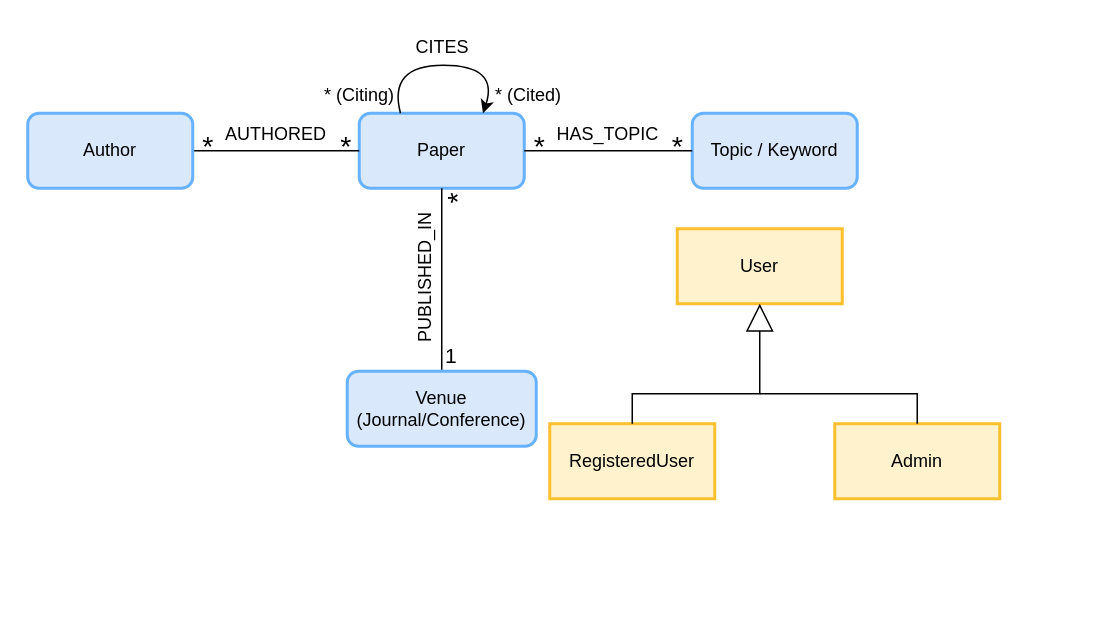
The draw.io diagram Preliminary_UML.drawio in AndreaCovelli/NexusScholar, before the edit. Source tidied: cells renumbered, new cells numbered last; positions are measured from the earlier drawing's top-left corner, leaving out a move shared by most shapes. Both pictures are drawn from the tidied source at 150%, with x=0, y=0 at pixel (27, 26).
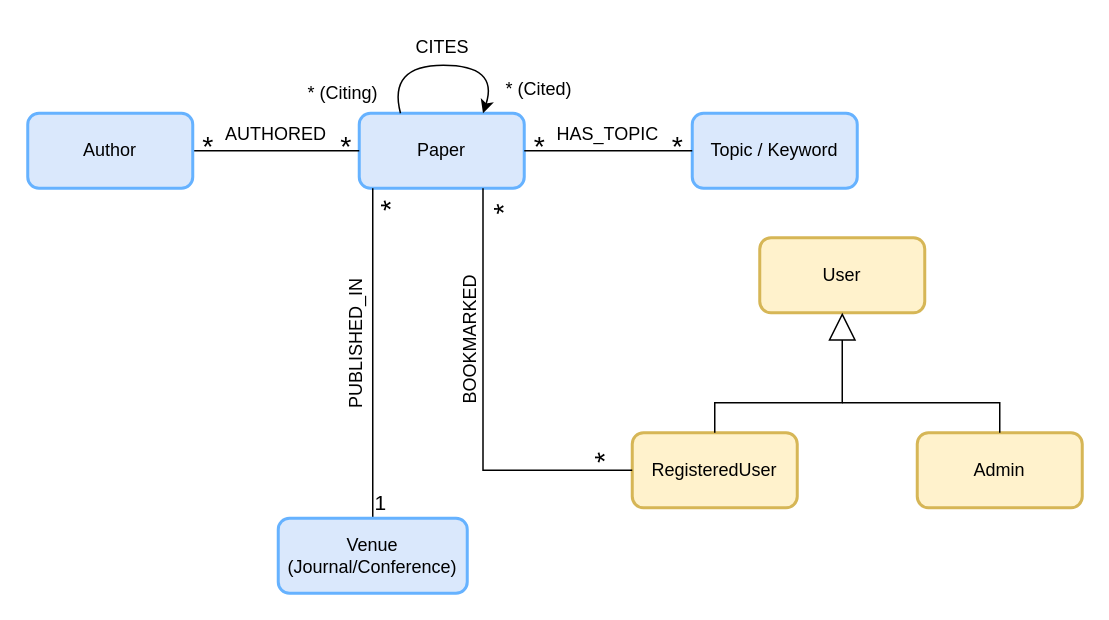
Above is the later version.

Commit message:
fix: preliminary uml unified with users uml and changed some style

Unchanged cells that the change refers to:
```xml
<mxCell id="2" value="Paper" style="html=1;whiteSpace=wrap;fillColor=#dae8fc;strokeColor=#66B2FF;strokeWidth=2;rounded=1;" parent="1" vertex="1">
  <mxGeometry x="221" y="58" width="110" height="50" as="geometry" />
</mxCell>
```

Diff of the diagram source:
```diff
@@
-    <mxCell id="3" value="User" style="html=1;whiteSpace=wrap;fillColor=#fff2cc;strokeColor=#FBC02D;strokeWidth=2;" parent="1" vertex="1">
-      <mxGeometry x="433" y="135" width="110" height="50" as="geometry" />
+    <mxCell id="3" value="User" style="html=1;whiteSpace=wrap;fillColor=#fff2cc;strokeColor=#d6b656;strokeWidth=2;rounded=1;align=center;verticalAlign=middle;fontFamily=Helvetica;fontSize=12;" parent="1" vertex="1">
+      <mxGeometry x="488" y="141" width="110" height="50" as="geometry" />
     </mxCell>
-    <mxCell id="4" value="RegisteredUser" style="html=1;whiteSpace=wrap;fillColor=#fff2cc;strokeColor=#FBC02D;strokeWidth=2;" parent="1" vertex="1">
-      <mxGeometry x="348" y="265" width="110" height="50" as="geometry" />
+    <mxCell id="4" value="RegisteredUser" style="html=1;whiteSpace=wrap;fillColor=#fff2cc;strokeColor=#d6b656;strokeWidth=2;rounded=1;align=center;verticalAlign=middle;fontFamily=Helvetica;fontSize=12;" parent="1" vertex="1">
+      <mxGeometry x="403" y="271" width="110" height="50" as="geometry" />
     </mxCell>
-    <mxCell id="5" value="Admin" style="html=1;whiteSpace=wrap;fillColor=#fff2cc;strokeColor=#FBC02D;strokeWidth=2;" parent="1" vertex="1">
-      <mxGeometry x="538" y="265" width="110" height="50" as="geometry" />
+    <mxCell id="5" value="Admin" style="html=1;whiteSpace=wrap;fillColor=#fff2cc;strokeColor=#d6b656;strokeWidth=2;rounded=1;align=center;verticalAlign=middle;fontFamily=Helvetica;fontSize=12;" parent="1" vertex="1">
+      <mxGeometry x="593" y="271" width="110" height="50" as="geometry" />
     </mxCell>
     <mxCell id="6" style="endArrow=block;endSize=16;endFill=0;html=1;entryX=0.5;entryY=1;entryDx=0;entryDy=0;exitX=0.5;exitY=0;exitDx=0;exitDy=0;rounded=0;curved=0;" parent="1" edge="1" source="4" target="3">
       <mxGeometry relative="1" as="geometry">
         <Array as="points">
-          <mxPoint x="403" y="245" />
-          <mxPoint x="488" y="245" />
+          <mxPoint x="458" y="251" />
+          <mxPoint x="543" y="251" />
         </Array>
       </mxGeometry>
     </mxCell>
     <mxCell id="7" style="endArrow=none;html=1;edgeStyle=orthogonalEdgeStyle;exitX=0.5;exitY=0;exitDx=0;exitDy=0;rounded=0;curved=0;" parent="1" edge="1" source="5">
       <mxGeometry relative="1" as="geometry">
-        <mxPoint x="488" y="245" as="targetPoint" />
+        <mxPoint x="543" y="251" as="targetPoint" />
         <Array as="points">
-          <mxPoint x="593" y="245" />
+          <mxPoint x="648" y="251" />
         </Array>
       </mxGeometry>
     </mxCell>
@@
-    <mxCell id="13" style="curved=1;endArrow=classic;html=1;rounded=0;exitX=0.25;exitY=0;exitDx=0;exitDy=0;entryX=0.75;entryY=0;entryDx=0;entryDy=0;" parent="1" edge="1" source="2" target="2">
+    <mxCell id="13" style="curved=1;endArrow=classic;html=1;rounded=0;exitX=0.25;exitY=0;exitDx=0;exitDy=0;entryX=0.75;entryY=0;entryDx=0;entryDy=0;endFill=1;" parent="1" edge="1" source="2" target="2">
       <mxGeometry relative="1" as="geometry">
         <Array as="points">
           <mxPoint x="240" y="26" />
           <mxPoint x="314" y="26" />
         </Array>
       </mxGeometry>
     </mxCell>
@@
     <mxCell id="15" value="* (Citing)" style="text;whiteSpace=wrap;" parent="1" vertex="1">
-      <mxGeometry x="196" y="32" width="52" height="26" as="geometry" />
+      <mxGeometry x="185" y="31" width="52" height="26" as="geometry" />
     </mxCell>
     <mxCell id="16" value="* (Cited)" style="text;whiteSpace=wrap;" parent="1" vertex="1">
-      <mxGeometry x="310" y="32" width="48.1" height="25" as="geometry" />
+      <mxGeometry x="317.4" y="28" width="48.1" height="25" as="geometry" />
     </mxCell>
@@
-    <mxCell id="22" style="endArrow=none;html=1;edgeStyle=orthogonalEdgeStyle;entryX=0.5;entryY=1;entryDx=0;entryDy=0;exitX=0.5;exitY=0;exitDx=0;exitDy=0;" parent="1" edge="1" source="23" target="2">
+    <mxCell id="22" style="endArrow=none;html=1;edgeStyle=orthogonalEdgeStyle;entryX=0.082;entryY=1;entryDx=0;entryDy=0;exitX=0.5;exitY=0;exitDx=0;exitDy=0;entryPerimeter=0;" parent="1" edge="1" source="23" target="2">
       <mxGeometry relative="1" as="geometry" />
     </mxCell>
     <mxCell id="23" value="Venue (Journal/Conference)" style="html=1;whiteSpace=wrap;fillColor=#dae8fc;strokeColor=#66B2FF;strokeWidth=2;rounded=1;" parent="1" vertex="1">
-      <mxGeometry x="213" y="230" width="126" height="50" as="geometry" />
+      <mxGeometry x="167" y="328" width="126" height="50" as="geometry" />
     </mxCell>
     <mxCell id="24" value="PUBLISHED_IN" style="text;whiteSpace=wrap;rotation=-90;" parent="1" vertex="1">
-      <mxGeometry x="218" y="156" width="90" height="24" as="geometry" />
+      <mxGeometry x="172" y="200" width="90" height="24" as="geometry" />
     </mxCell>
     <mxCell id="25" value="&lt;font style=&quot;font-size: 19px;&quot;&gt;*&lt;/font&gt;" style="text;html=1;align=center;verticalAlign=middle;whiteSpace=wrap;rounded=0;rotation=-90;" parent="1" vertex="1">
-      <mxGeometry x="282" y="105" width="11" height="20" as="geometry" />
+      <mxGeometry x="237" y="110" width="11" height="20" as="geometry" />
     </mxCell>
     <mxCell id="26" value="&lt;font style=&quot;font-size: 14px;&quot;&gt;1&lt;/font&gt;" style="text;html=1;align=center;verticalAlign=middle;whiteSpace=wrap;rounded=0;rotation=0;" parent="1" vertex="1">
-      <mxGeometry x="277" y="210" width="11" height="20" as="geometry" />
+      <mxGeometry x="230" y="308" width="11" height="20" as="geometry" />
     </mxCell>
+    <mxCell id="27" style="endArrow=none;html=1;edgeStyle=orthogonalEdgeStyle;entryX=0.75;entryY=1;entryDx=0;entryDy=0;exitX=0;exitY=0.5;exitDx=0;exitDy=0;rounded=0;curved=0;" parent="1" edge="1" source="4" target="2">
+      <mxGeometry relative="1" as="geometry" />
+    </mxCell>
+    <mxCell id="28" value="BOOKMARKED" style="text;html=1;align=center;verticalAlign=middle;whiteSpace=wrap;rounded=0;fontFamily=Helvetica;fontSize=12;fontColor=default;direction=east;rotation=-90;" parent="1" vertex="1">
+      <mxGeometry x="239" y="194" width="112" height="30" as="geometry" />
+    </mxCell>
+    <mxCell id="29" value="&lt;font style=&quot;font-size: 19px;&quot;&gt;*&lt;/font&gt;" style="text;html=1;align=center;verticalAlign=middle;whiteSpace=wrap;rounded=0;rotation=-90;" parent="1" vertex="1">
+      <mxGeometry x="309.8" y="112.8" width="16.5" height="20" as="geometry" />
+    </mxCell>
+    <mxCell id="30" value="&lt;font style=&quot;font-size: 19px;&quot;&gt;*&lt;/font&gt;" style="text;html=1;align=center;verticalAlign=middle;whiteSpace=wrap;rounded=0;rotation=-90;" parent="1" vertex="1">
+      <mxGeometry x="380" y="278" width="11" height="20" as="geometry" />
+    </mxCell>
```
